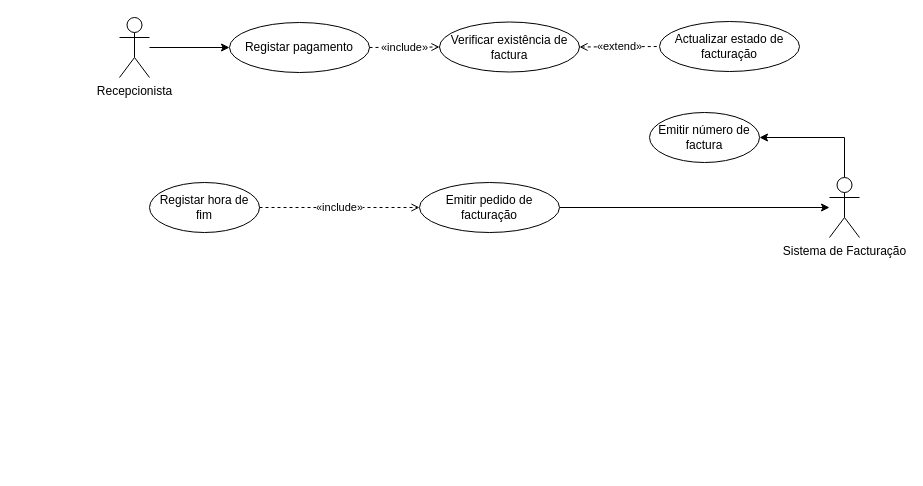
Before: page "Facturação" (5 of 5) of Diagrama Use Cases.drawio in carlan92/Hospital_Management_System, a draw.io diagram. Source tidied: cells renumbered, new cells numbered last; positions are measured from the earlier drawing's top-left corner, leaving out a move shared by most shapes. Both pictures are drawn from the tidied source at 100%, with x=0, y=0 at pixel (119, 17).
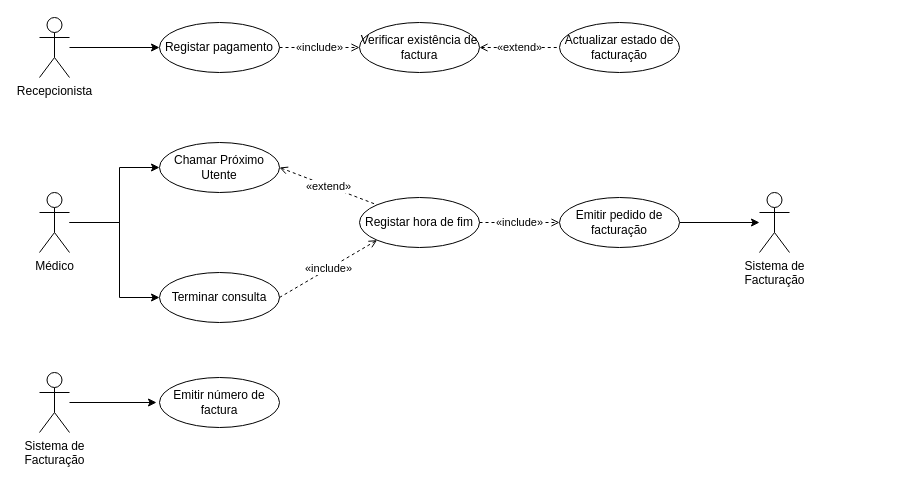
The same page after the edit.

Commit message:
revisão do diagrama de use cases 2021-01-08

Change to the diagram source:
```diff
@@
     <mxCell id="3" value="Recepcionista" style="shape=umlActor;verticalLabelPosition=bottom;verticalAlign=top;html=1;outlineConnect=0;" parent="1" vertex="1">
-      <mxGeometry width="30" height="60" as="geometry" />
+      <mxGeometry x="-80" width="30" height="60" as="geometry" />
     </mxCell>
-    <mxCell id="4" style="edgeStyle=orthogonalEdgeStyle;rounded=0;jettySize=auto;html=1;entryX=1;entryY=0.5;entryDx=0;entryDy=0;" parent="1" edge="1" source="5" target="6">
-      <mxGeometry relative="1" as="geometry">
-        <Array as="points">
-          <mxPoint x="725" y="120" />
-        </Array>
-      </mxGeometry>
-    </mxCell>
-    <mxCell id="5" value="Sistema de Facturação" style="shape=umlActor;verticalLabelPosition=bottom;verticalAlign=top;html=1;outlineConnect=0;" parent="1" vertex="1">
-      <mxGeometry x="710" y="160" width="30" height="60" as="geometry" />
-    </mxCell>
-    <mxCell id="6" value="Emitir número de factura" style="ellipse;whiteSpace=wrap;html=1;" parent="1" vertex="1">
-      <mxGeometry x="530" y="95" width="110" height="50" as="geometry" />
-    </mxCell>
-    <mxCell id="7" value="Registar hora de fim" style="ellipse;whiteSpace=wrap;html=1;" parent="1" vertex="1">
-      <mxGeometry x="30" y="165" width="110" height="50" as="geometry" />
-    </mxCell>
-    <mxCell id="8" value="«include»" style="endArrow=open;endSize=6;endFill=0;html=1;startArrow=none;startFill=0;verticalAlign=middle;dashed=1;exitX=1;exitY=0.5;exitDx=0;exitDy=0;entryX=0;entryY=0.5;entryDx=0;entryDy=0;" parent="1" edge="1" source="7" target="10">
-      <mxGeometry relative="1" as="geometry" />
-    </mxCell>
-    <mxCell id="9" style="edgeStyle=orthogonalEdgeStyle;rounded=0;jettySize=auto;html=1;exitX=1;exitY=0.5;exitDx=0;exitDy=0;" parent="1" edge="1" source="10" target="5">
-      <mxGeometry relative="1" as="geometry" />
-    </mxCell>
-    <mxCell id="10" value="Emitir pedido de facturação" style="ellipse;whiteSpace=wrap;html=1;fillColor=#FFFFFF;" parent="1" vertex="1">
-      <mxGeometry x="300" y="165" width="140" height="50" as="geometry" />
-    </mxCell>
     <mxCell id="11" value="Registar pagamento" style="ellipse;whiteSpace=wrap;html=1;fillColor=#FFFFFF;" parent="1" vertex="1">
-      <mxGeometry x="110" y="5" width="140" height="50" as="geometry" />
+      <mxGeometry x="40" y="5" width="120" height="50" as="geometry" />
     </mxCell>
@@
     <mxCell id="13" value="Verificar existência de factura" style="ellipse;whiteSpace=wrap;html=1;" parent="1" vertex="1">
-      <mxGeometry x="320" y="4.5" width="140" height="50" as="geometry" />
+      <mxGeometry x="240" y="5" width="120" height="50" as="geometry" />
     </mxCell>
@@
     <mxCell id="15" value="Actualizar estado de facturação" style="ellipse;whiteSpace=wrap;html=1;" parent="1" vertex="1">
-      <mxGeometry x="540" y="4" width="140" height="50" as="geometry" />
+      <mxGeometry x="440" y="5" width="120" height="50" as="geometry" />
     </mxCell>
+    <mxCell id="16" style="edgeStyle=orthogonalEdgeStyle;rounded=0;jettySize=auto;html=1;entryX=0;entryY=0.5;entryDx=0;entryDy=0;" parent="1" edge="1" source="18" target="20">
+      <mxGeometry relative="1" as="geometry">
+        <Array as="points">
+          <mxPoint y="205" />
+          <mxPoint y="280" />
+        </Array>
+      </mxGeometry>
+    </mxCell>
+    <mxCell id="17" style="edgeStyle=orthogonalEdgeStyle;rounded=0;jettySize=auto;html=1;entryX=0;entryY=0.5;entryDx=0;entryDy=0;" parent="1" edge="1" source="18" target="19">
+      <mxGeometry relative="1" as="geometry">
+        <Array as="points">
+          <mxPoint y="205" />
+          <mxPoint y="150" />
+        </Array>
+      </mxGeometry>
+    </mxCell>
+    <mxCell id="18" value="Médico" style="shape=umlActor;verticalLabelPosition=bottom;verticalAlign=top;html=1;outlineConnect=0;" parent="1" vertex="1">
+      <mxGeometry x="-80" y="175" width="30" height="60" as="geometry" />
+    </mxCell>
+    <mxCell id="19" value="Chamar Próximo Utente" style="ellipse;whiteSpace=wrap;html=1;" parent="1" vertex="1">
+      <mxGeometry x="40" y="125" width="120" height="50" as="geometry" />
+    </mxCell>
+    <mxCell id="20" value="Terminar consulta" style="ellipse;whiteSpace=wrap;html=1;" parent="1" vertex="1">
+      <mxGeometry x="40" y="255" width="120" height="50" as="geometry" />
+    </mxCell>
+    <mxCell id="7" value="Registar hora de fim" style="ellipse;whiteSpace=wrap;html=1;" parent="1" vertex="1">
+      <mxGeometry x="240" y="180" width="120" height="50" as="geometry" />
+    </mxCell>
+    <mxCell id="21" value="«extend»" style="endArrow=none;endSize=6;endFill=0;html=1;startArrow=open;startFill=0;verticalAlign=middle;dashed=1;exitX=1;exitY=0.5;exitDx=0;exitDy=0;entryX=0;entryY=0;entryDx=0;entryDy=0;" parent="1" edge="1" source="19" target="7">
+      <mxGeometry relative="1" as="geometry" />
+    </mxCell>
+    <mxCell id="8" value="«include»" style="endArrow=open;endSize=6;endFill=0;html=1;startArrow=none;startFill=0;verticalAlign=middle;dashed=1;exitX=1;exitY=0.5;exitDx=0;exitDy=0;entryX=0;entryY=0.5;entryDx=0;entryDy=0;" parent="1" edge="1" source="7" target="10">
+      <mxGeometry relative="1" as="geometry" />
+    </mxCell>
+    <mxCell id="22" value="«include»" style="endArrow=open;endSize=6;endFill=0;html=1;startArrow=none;startFill=0;verticalAlign=middle;dashed=1;entryX=0;entryY=1;entryDx=0;entryDy=0;exitX=1;exitY=0.5;exitDx=0;exitDy=0;" parent="1" edge="1" source="20" target="7">
+      <mxGeometry relative="1" as="geometry" />
+    </mxCell>
+    <mxCell id="23" value="Sistema de &lt;br&gt;Facturação" style="shape=umlActor;verticalLabelPosition=bottom;verticalAlign=top;html=1;outlineConnect=0;" parent="1" vertex="1">
+      <mxGeometry x="640" y="175" width="30" height="60" as="geometry" />
+    </mxCell>
+    <mxCell id="24" style="edgeStyle=orthogonalEdgeStyle;rounded=0;jettySize=auto;html=1;exitX=1;exitY=0.5;exitDx=0;exitDy=0;" parent="1" edge="1" source="10" target="23">
+      <mxGeometry relative="1" as="geometry">
+        <Array as="points">
+          <mxPoint x="560" y="205" />
+        </Array>
+      </mxGeometry>
+    </mxCell>
+    <mxCell id="10" value="Emitir pedido de facturação" style="ellipse;whiteSpace=wrap;html=1;fillColor=#FFFFFF;" parent="1" vertex="1">
+      <mxGeometry x="440" y="180" width="120" height="50" as="geometry" />
+    </mxCell>
+    <mxCell id="25" style="edgeStyle=orthogonalEdgeStyle;rounded=0;jettySize=auto;html=1;" parent="1" edge="1" source="26">
+      <mxGeometry relative="1" as="geometry">
+        <mxPoint x="37" y="385" as="targetPoint" />
+        <Array as="points">
+          <mxPoint x="37" y="385" />
+        </Array>
+      </mxGeometry>
+    </mxCell>
+    <mxCell id="26" value="Sistema de &lt;br&gt;Facturação" style="shape=umlActor;verticalLabelPosition=bottom;verticalAlign=top;html=1;outlineConnect=0;" parent="1" vertex="1">
+      <mxGeometry x="-80" y="355" width="30" height="60" as="geometry" />
+    </mxCell>
+    <mxCell id="6" value="Emitir número de factura" style="ellipse;whiteSpace=wrap;html=1;" parent="1" vertex="1">
+      <mxGeometry x="40" y="360" width="120" height="50" as="geometry" />
+    </mxCell>
```
